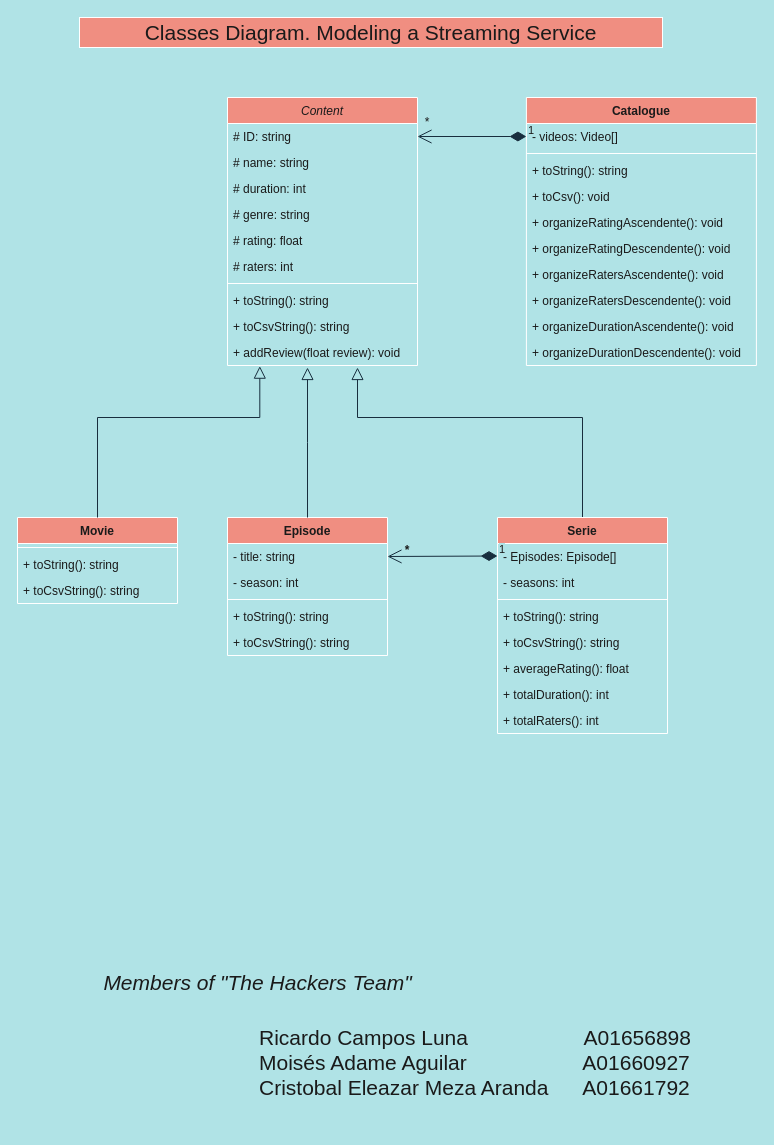
The draw.io diagram Classes Diagram.drawio in AntonioLaurance/Modelado-de-Streaming, before the edit. Source tidied: cells renumbered, new cells numbered last; positions are measured from the earlier drawing's top-left corner, leaving out a move shared by most shapes. Both pictures are drawn from the tidied source at 100%, with x=0, y=0 at pixel (17, 17).
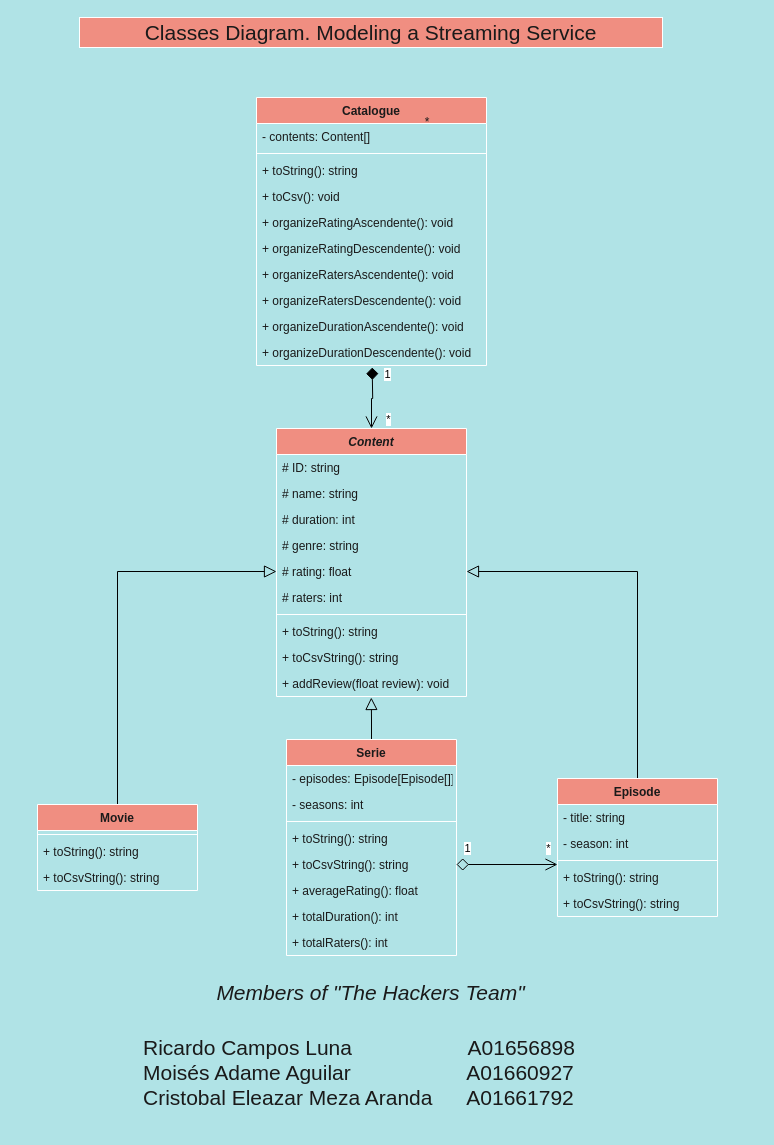
After the change.

Commit message (it also covers changes not shown here):
arreglo formato

Unchanged cells that the change refers to:
```xml
<mxCell id="3" value="# ID: string" style="text;align=left;verticalAlign=top;spacingLeft=4;spacingRight=4;overflow=hidden;points=[[0,0.5],[1,0.5]];portConstraint=eastwest;fontColor=#1A1A1A;" parent="2" vertex="1">
  <mxGeometry y="26" width="190" height="26" as="geometry" />
</mxCell>
<mxCell id="7" value="# rating: float" style="text;align=left;verticalAlign=top;spacingLeft=4;spacingRight=4;overflow=hidden;points=[[0,0.5],[1,0.5]];portConstraint=eastwest;fontColor=#1A1A1A;" parent="2" vertex="1">
  <mxGeometry y="130" width="190" height="26" as="geometry" />
</mxCell>
<mxCell id="12" value="+ addReview(float review): void" style="text;align=left;verticalAlign=top;spacingLeft=4;spacingRight=4;overflow=hidden;points=[[0,0.5],[1,0.5]];portConstraint=eastwest;fontColor=#1A1A1A;" parent="2" vertex="1">
  <mxGeometry y="242" width="190" height="26" as="geometry" />
</mxCell>
<mxCell id="19" value="- title: string" style="text;align=left;verticalAlign=top;spacingLeft=4;spacingRight=4;overflow=hidden;points=[[0,0.5],[1,0.5]];portConstraint=eastwest;fontColor=#1A1A1A;" parent="18" vertex="1">
  <mxGeometry y="26" width="160" height="26" as="geometry" />
</mxCell>
<mxCell id="33" value="+ toCsvString(): string" style="text;strokeColor=none;fillColor=none;align=left;verticalAlign=top;spacingLeft=4;spacingRight=4;overflow=hidden;points=[[0,0.5],[1,0.5]];portConstraint=eastwest;fontColor=#1A1A1A;" parent="27" vertex="1">
  <mxGeometry y="112" width="170" height="26" as="geometry" />
</mxCell>
```

Diff of the diagram source:
```diff
@@
+    <mxCell id="53" style="edgeStyle=orthogonalEdgeStyle;rounded=0;jettySize=auto;html=1;exitX=0.5;exitY=0;exitDx=0;exitDy=0;startArrow=open;startFill=0;endSize=10;startSize=10;endArrow=diamond;endFill=1;" parent="1" edge="1" source="2">
+      <mxGeometry relative="1" as="geometry">
+        <mxPoint x="354.7" y="350" as="targetPoint" />
+      </mxGeometry>
+    </mxCell>
+    <mxCell id="54" value="1" style="edgeLabel;html=1;align=center;verticalAlign=middle;" parent="53" vertex="1">
+      <mxGeometry x="0.81" relative="1" as="geometry">
+        <mxPoint x="15" as="offset" />
+      </mxGeometry>
+    </mxCell>
+    <mxCell id="55" value="*" style="edgeLabel;html=1;align=center;verticalAlign=middle;" parent="53" vertex="1">
+      <mxGeometry x="-0.86" relative="1" as="geometry">
+        <mxPoint x="16" y="-6" as="offset" />
+      </mxGeometry>
+    </mxCell>
-    <mxCell id="2" value="Content" style="swimlane;fontStyle=2;align=center;verticalAlign=top;horizontal=1;startSize=26;rounded=0;shadow=0;strokeWidth=1;fillColor=#F08E81;strokeColor=#FFFFFF;fontColor=#1A1A1A;" parent="1" vertex="1">
-      <mxGeometry x="210" y="80" width="190" height="268" as="geometry" />
+    <mxCell id="2" value="Content" style="swimlane;fontStyle=3;align=center;verticalAlign=top;horizontal=1;startSize=26;rounded=0;shadow=0;strokeWidth=1;fillColor=#F08E81;strokeColor=#FFFFFF;fontColor=#1A1A1A;" parent="1" vertex="1">
+      <mxGeometry x="259" y="411" width="190" height="268" as="geometry" />
     </mxCell>
@@
+    <mxCell id="56" style="edgeStyle=orthogonalEdgeStyle;rounded=0;jettySize=auto;html=1;exitX=0.5;exitY=0;exitDx=0;exitDy=0;entryX=0;entryY=0.5;entryDx=0;entryDy=0;startArrow=none;startFill=0;endArrow=block;endFill=0;startSize=10;endSize=10;" parent="1" edge="1" source="13" target="7">
+      <mxGeometry relative="1" as="geometry" />
+    </mxCell>
     <mxCell id="13" value="Movie" style="swimlane;fontStyle=1;align=center;verticalAlign=top;horizontal=1;startSize=26;rounded=0;shadow=0;strokeWidth=1;fillColor=#F08E81;strokeColor=#FFFFFF;fontColor=#1A1A1A;" parent="1" vertex="1">
-      <mxGeometry y="500" width="160" height="86" as="geometry" />
+      <mxGeometry x="20" y="787" width="160" height="86" as="geometry" />
     </mxCell>
@@
-    <mxCell id="17" style="endArrow=block;endSize=10;endFill=0;shadow=0;strokeWidth=1;rounded=0;edgeStyle=elbowEdgeStyle;elbow=vertical;labelBackgroundColor=#B0E3E6;strokeColor=#182E3E;fontColor=#1A1A1A;entryX=0.17;entryY=1.025;entryDx=0;entryDy=0;entryPerimeter=0;" parent="1" edge="1" source="13" target="12">
-      <mxGeometry relative="1" as="geometry">
-        <Array as="points">
-          <mxPoint x="250" y="400" />
-          <mxPoint x="270" y="400" />
-          <mxPoint x="170" y="450" />
-        </Array>
-      </mxGeometry>
-    </mxCell>
+    <mxCell id="57" style="edgeStyle=orthogonalEdgeStyle;rounded=0;jettySize=auto;html=1;exitX=0.5;exitY=0;exitDx=0;exitDy=0;entryX=1;entryY=0.5;entryDx=0;entryDy=0;startArrow=none;startFill=0;endArrow=block;endFill=0;startSize=10;endSize=10;" parent="1" edge="1" source="18" target="7">
+      <mxGeometry relative="1" as="geometry" />
+    </mxCell>
     <mxCell id="18" value="Episode" style="swimlane;fontStyle=1;align=center;verticalAlign=top;horizontal=1;startSize=26;rounded=0;shadow=0;strokeWidth=1;fillColor=#F08E81;strokeColor=#FFFFFF;fontColor=#1A1A1A;" parent="1" vertex="1">
-      <mxGeometry x="210" y="500" width="160" height="138" as="geometry" />
+      <mxGeometry x="540" y="761" width="160" height="138" as="geometry" />
     </mxCell>
@@
-    <mxCell id="24" style="endArrow=block;endSize=10;endFill=0;shadow=0;strokeWidth=1;rounded=0;edgeStyle=elbowEdgeStyle;elbow=vertical;labelBackgroundColor=#B0E3E6;strokeColor=#182E3E;fontColor=#1A1A1A;" parent="1" edge="1" source="18">
-      <mxGeometry relative="1" as="geometry">
-        <mxPoint x="290" y="350" as="targetPoint" />
-      </mxGeometry>
-    </mxCell>
@@
-    <mxCell id="26" style="edgeStyle=orthogonalEdgeStyle;rounded=0;jettySize=auto;html=1;exitX=0.5;exitY=0;exitDx=0;exitDy=0;endArrow=block;endFill=0;endSize=10;labelBackgroundColor=#B0E3E6;strokeColor=#182E3E;fontColor=#1A1A1A;" parent="1" edge="1" source="27">
-      <mxGeometry relative="1" as="geometry">
-        <mxPoint x="340" y="350" as="targetPoint" />
-        <Array as="points">
-          <mxPoint x="565" y="400" />
-          <mxPoint x="340" y="400" />
-          <mxPoint x="340" y="350" />
-        </Array>
-      </mxGeometry>
-    </mxCell>
+    <mxCell id="58" style="edgeStyle=orthogonalEdgeStyle;rounded=0;jettySize=auto;html=1;exitX=0.5;exitY=0;exitDx=0;exitDy=0;startArrow=none;startFill=0;endArrow=block;endFill=0;startSize=10;endSize=10;" parent="1" edge="1" source="27">
+      <mxGeometry relative="1" as="geometry">
+        <mxPoint x="353.8" y="680" as="targetPoint" />
+      </mxGeometry>
+    </mxCell>
     <mxCell id="27" value="Serie" style="swimlane;fontStyle=1;align=center;verticalAlign=top;horizontal=1;startSize=26;fillColor=#F08E81;strokeColor=#FFFFFF;fontColor=#1A1A1A;" parent="1" vertex="1">
-      <mxGeometry x="480" y="500" width="170" height="216" as="geometry" />
+      <mxGeometry x="269" y="722" width="170" height="216" as="geometry" />
     </mxCell>
-    <mxCell id="28" value="1" style="endArrow=open;html=1;endSize=12;startArrow=diamondThin;startSize=14;startFill=1;edgeStyle=orthogonalEdgeStyle;align=left;verticalAlign=bottom;rounded=0;entryX=1;entryY=0.5;entryDx=0;entryDy=0;labelBackgroundColor=#B0E3E6;strokeColor=#182E3E;fontColor=#1A1A1A;" parent="27" edge="1" target="19">
-      <mxGeometry x="-1" y="3" relative="1" as="geometry">
-        <mxPoint y="38.5" as="sourcePoint" />
-      </mxGeometry>
-    </mxCell>
-    <mxCell id="29" value="- Episodes: Episode[]" style="text;strokeColor=none;fillColor=none;align=left;verticalAlign=top;spacingLeft=4;spacingRight=4;overflow=hidden;fontColor=#1A1A1A;" parent="27" vertex="1">
+    <mxCell id="29" value="- episodes: Episode[Episode[]]" style="text;strokeColor=none;fillColor=none;align=left;verticalAlign=top;spacingLeft=4;spacingRight=4;overflow=hidden;fontColor=#1A1A1A;" parent="27" vertex="1">
       <mxGeometry y="26" width="170" height="26" as="geometry" />
     </mxCell>
@@
-    <mxCell id="37" value="*" style="text;align=center;fontStyle=1;verticalAlign=middle;spacingLeft=3;spacingRight=3;strokeColor=none;fontColor=#1A1A1A;" parent="1" vertex="1">
-      <mxGeometry x="350" y="519" width="80" height="26" as="geometry" />
-    </mxCell>
     <mxCell id="38" value="Catalogue" style="swimlane;fontStyle=1;align=center;verticalAlign=top;horizontal=1;startSize=26;fillColor=#F08E81;strokeColor=#FFFFFF;fontColor=#1A1A1A;" parent="1" vertex="1">
-      <mxGeometry x="508.9" y="80" width="230" height="268" as="geometry" />
+      <mxGeometry x="239" y="80" width="230" height="268" as="geometry" />
     </mxCell>
-    <mxCell id="39" value="- videos: Video[]" style="text;strokeColor=none;fillColor=none;align=left;verticalAlign=top;spacingLeft=4;spacingRight=4;overflow=hidden;points=[[0,0.5],[1,0.5]];portConstraint=eastwest;fontColor=#1A1A1A;" parent="38" vertex="1">
+    <mxCell id="39" value="- contents: Content[]" style="text;strokeColor=none;fillColor=none;align=left;verticalAlign=top;spacingLeft=4;spacingRight=4;overflow=hidden;points=[[0,0.5],[1,0.5]];portConstraint=eastwest;fontColor=#1A1A1A;" parent="38" vertex="1">
       <mxGeometry y="26" width="230" height="26" as="geometry" />
     </mxCell>
@@
-    <mxCell id="49" value="1" style="endArrow=open;html=1;endSize=12;startArrow=diamondThin;startSize=14;startFill=1;edgeStyle=orthogonalEdgeStyle;align=left;verticalAlign=bottom;rounded=0;entryX=1;entryY=0.5;entryDx=0;entryDy=0;exitX=0;exitY=0.5;exitDx=0;exitDy=0;labelBackgroundColor=#B0E3E6;strokeColor=#182E3E;fontColor=#1A1A1A;" parent="1" edge="1" source="39" target="3">
-      <mxGeometry x="-1" y="3" relative="1" as="geometry" />
-    </mxCell>
@@
     <mxCell id="51" value="&lt;i&gt;Members of &quot;The Hackers Team&quot;&lt;/i&gt;" style="text;html=1;strokeColor=none;fillColor=none;align=center;verticalAlign=middle;whiteSpace=wrap;rounded=0;fontSize=21;fontColor=#1A1A1A;" parent="1" vertex="1">
-      <mxGeometry x="20" y="950" width="441.1" height="30" as="geometry" />
+      <mxGeometry x="133" y="960" width="441.1" height="30" as="geometry" />
     </mxCell>
     <mxCell id="52" value="Ricardo Campos Luna &amp;nbsp;&amp;nbsp;&lt;span style=&quot;white-space: pre;&quot;&gt; &lt;span style=&quot;white-space: pre;&quot;&gt; &lt;span style=&quot;white-space: pre;&quot;&gt;  &lt;/span&gt;&lt;span style=&quot;white-space: pre;&quot;&gt; &lt;/span&gt;&lt;/span&gt;&lt;/span&gt;&amp;nbsp; &amp;nbsp; &amp;nbsp; &amp;nbsp; &amp;nbsp; &amp;nbsp;&lt;span style=&quot;white-space: pre;&quot;&gt; &lt;/span&gt;A01656898&lt;br&gt;Moisés Adame Aguilar&lt;span style=&quot;white-space: pre;&quot;&gt; &lt;span style=&quot;white-space: pre;&quot;&gt; &lt;span style=&quot;white-space: pre;&quot;&gt; &lt;/span&gt;&lt;/span&gt;&lt;/span&gt; &lt;span style=&quot;white-space: pre;&quot;&gt; &lt;span style=&quot;white-space: pre;&quot;&gt;               &lt;/span&gt;&lt;/span&gt;A01660927&lt;br&gt;Cristobal Eleazar Meza Aranda &lt;span style=&quot;white-space: pre;&quot;&gt;     &lt;/span&gt;A01661792&amp;nbsp;" style="text;html=1;strokeColor=none;fillColor=none;align=left;verticalAlign=middle;whiteSpace=wrap;rounded=0;fontSize=21;fontColor=#1A1A1A;" parent="1" vertex="1">
-      <mxGeometry x="240" y="990" width="460" height="110" as="geometry" />
+      <mxGeometry x="124" y="1000" width="460" height="110" as="geometry" />
     </mxCell>
+    <mxCell id="59" style="edgeStyle=orthogonalEdgeStyle;rounded=0;jettySize=auto;html=1;exitX=1;exitY=0.5;exitDx=0;exitDy=0;startArrow=diamond;startFill=0;endArrow=open;endFill=0;startSize=10;endSize=10;" parent="1" edge="1" source="33">
+      <mxGeometry relative="1" as="geometry">
+        <mxPoint x="540" y="847" as="targetPoint" />
+      </mxGeometry>
+    </mxCell>
+    <mxCell id="60" value="1" style="edgeLabel;html=1;align=center;verticalAlign=middle;" parent="59" vertex="1">
+      <mxGeometry x="-0.84" y="-2" relative="1" as="geometry">
+        <mxPoint x="2" y="-19" as="offset" />
+      </mxGeometry>
+    </mxCell>
+    <mxCell id="61" value="*" style="edgeLabel;html=1;align=center;verticalAlign=middle;" parent="59" vertex="1">
+      <mxGeometry x="0.82" y="-8" relative="1" as="geometry">
+        <mxPoint y="-25" as="offset" />
+      </mxGeometry>
+    </mxCell>
```
